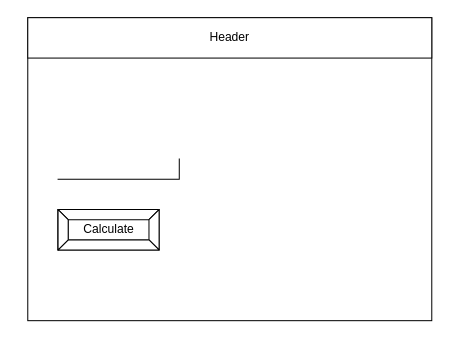
Earlier version of the draw.io diagram design/story-board.drawio (Chloe-Havel/ICS2O-Unit-3-04). Source tidied: cells renumbered, new cells numbered last; positions are measured from the earlier drawing's top-left corner, leaving out a move shared by most shapes. Both pictures are drawn from the tidied source at 101%, with x=0, y=0 at pixel (27, 17).
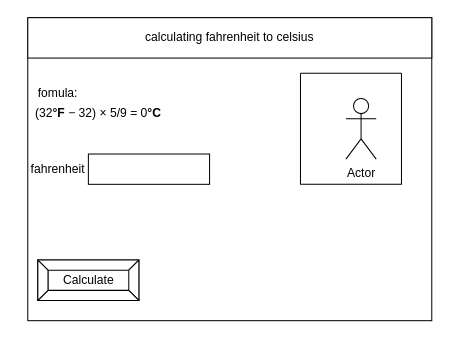
The same diagram, later.

What changed in the source:
```diff
@@
 <mxGraphModel>
   <root>
     <mxCell id="0" />
     <mxCell id="1" parent="0" />
     <mxCell id="2" style="rounded=0;whiteSpace=wrap;html=1;" parent="1" vertex="1">
       <mxGeometry width="400" height="300" as="geometry" />
     </mxCell>
-    <mxCell id="3" value="Header" style="rounded=0;whiteSpace=wrap;html=1;" parent="1" vertex="1">
+    <mxCell id="3" value="calculating fahrenheit to celsius" style="rounded=0;whiteSpace=wrap;html=1;" parent="1" vertex="1">
       <mxGeometry width="400" height="40" as="geometry" />
     </mxCell>
-    <mxCell id="4" style="shape=partialRectangle;whiteSpace=wrap;html=1;top=0;left=0;fillColor=none;" parent="1" vertex="1">
-      <mxGeometry x="30" y="140" width="120" height="20" as="geometry" />
-    </mxCell>
     <mxCell id="5" value="Calculate" style="labelPosition=center;verticalLabelPosition=middle;align=center;html=1;shape=mxgraph.basic.button;dx=10;" parent="1" vertex="1">
-      <mxGeometry x="30" y="190" width="100" height="40" as="geometry" />
+      <mxGeometry x="10" y="240" width="100" height="40" as="geometry" />
     </mxCell>
+    <mxCell id="6" style="rounded=0;whiteSpace=wrap;html=1;" parent="1" vertex="1">
+      <mxGeometry x="60" y="135" width="120" height="30" as="geometry" />
+    </mxCell>
+    <mxCell id="7" value="fahrenheit" style="text;html=1;strokeColor=none;fillColor=none;align=center;verticalAlign=middle;whiteSpace=wrap;rounded=0;" parent="1" vertex="1">
+      <mxGeometry y="135" width="60" height="30" as="geometry" />
+    </mxCell>
+    <mxCell id="8" value="fomula:" style="text;html=1;strokeColor=none;fillColor=none;align=center;verticalAlign=middle;whiteSpace=wrap;rounded=0;" parent="1" vertex="1">
+      <mxGeometry y="60" width="60" height="30" as="geometry" />
+    </mxCell>
+    <mxCell id="9" value="&lt;div class=&quot;bjhkR&quot; style=&quot;margin-bottom: 2px ; padding: 2.5px 3px 1.5px&quot;&gt;(32&lt;b&gt;°F&lt;/b&gt;&amp;nbsp;− 32) × 5/9 = 0&lt;b&gt;°C&lt;/b&gt;&lt;/div&gt;" style="text;html=1;strokeColor=none;fillColor=none;align=center;verticalAlign=middle;whiteSpace=wrap;rounded=0;" parent="1" vertex="1">
+      <mxGeometry x="-10" y="80" width="160" height="30" as="geometry" />
+    </mxCell>
+    <mxCell id="10" style="swimlane;startSize=0;" parent="1" vertex="1">
+      <mxGeometry x="270" y="55" width="100" height="110" as="geometry" />
+    </mxCell>
+    <mxCell id="11" value="Actor" style="shape=umlActor;verticalLabelPosition=bottom;verticalAlign=top;html=1;" parent="10" vertex="1">
+      <mxGeometry x="45" y="25" width="30" height="60" as="geometry" />
+    </mxCell>
   </root>
 </mxGraphModel>
```
